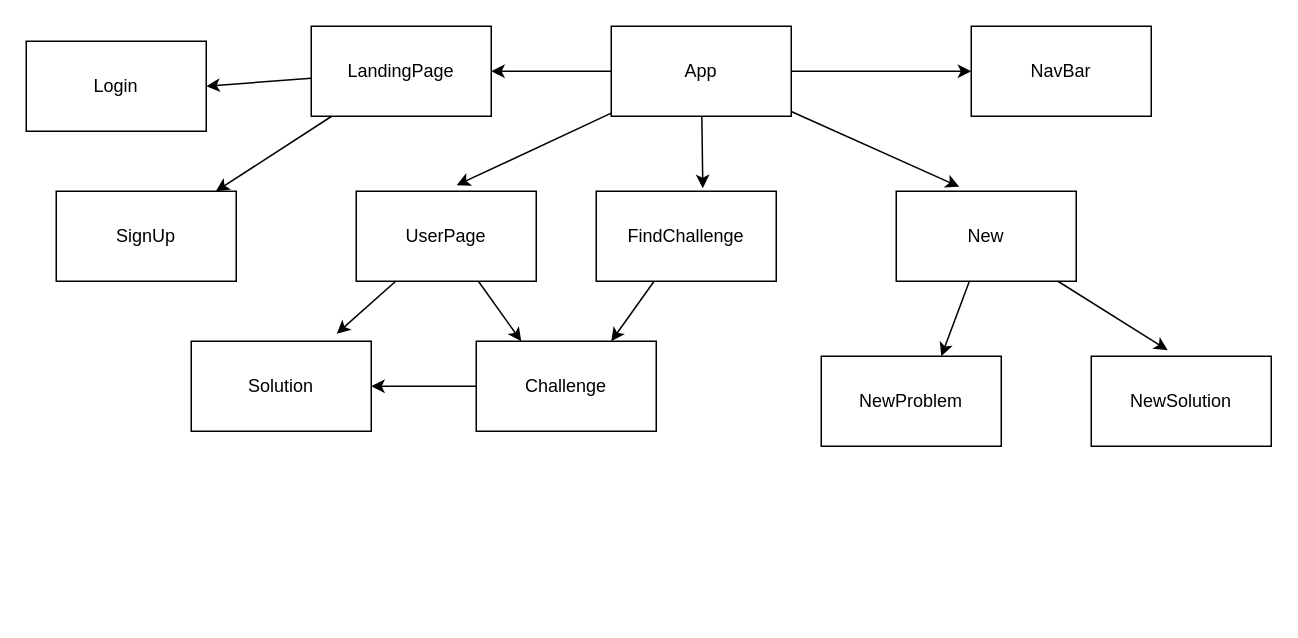
Before: client/wireframe.drawio in HagayHaut/algo-db, a draw.io diagram. Source tidied: cells renumbered, new cells numbered last; positions are measured from the earlier drawing's top-left corner, leaving out a move shared by most shapes. Both pictures are drawn from the tidied source at 150%, with x=0, y=0 at pixel (26, 26).
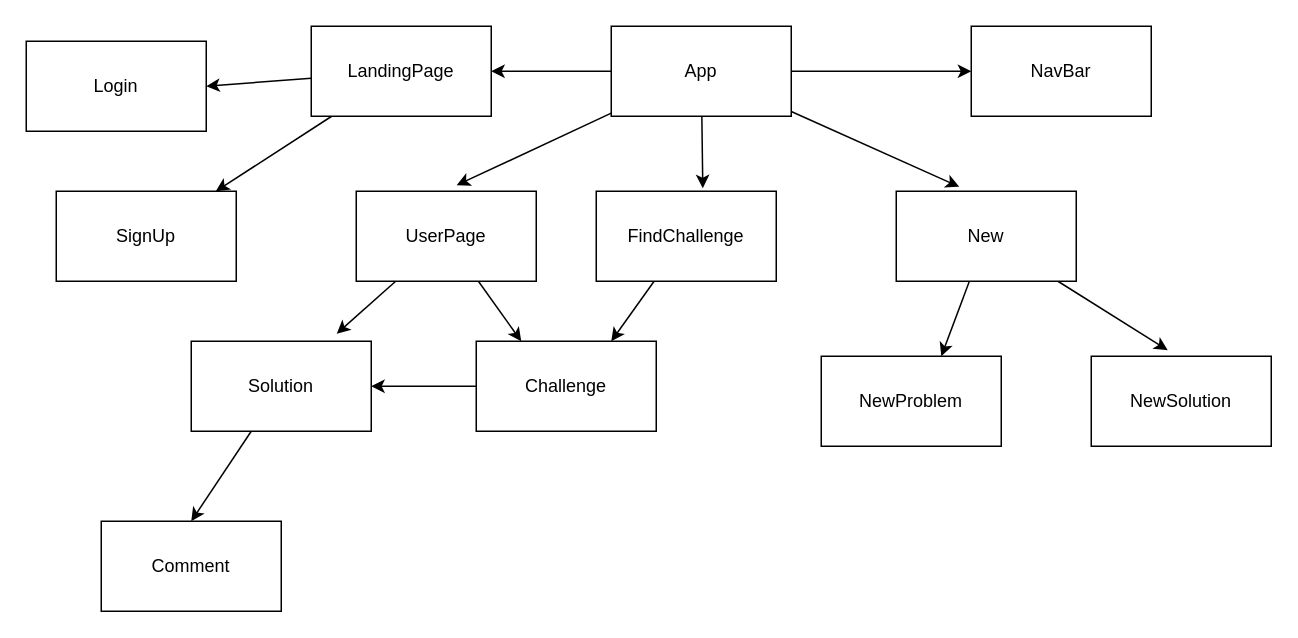
The same page after the edit.

Unchanged cells that the change refers to:
```xml
<mxCell id="26" value="Solution" style="whiteSpace=wrap;html=1;" parent="1" vertex="1">
  <mxGeometry x="110" y="210" width="120" height="60" as="geometry" />
</mxCell>
```

Change to the diagram source:
```diff
@@
+    <mxCell id="27" style="edgeStyle=none;html=1;entryX=0.5;entryY=0;entryDx=0;entryDy=0;" parent="1" edge="1" source="26" target="28">
+      <mxGeometry relative="1" as="geometry" />
+    </mxCell>
@@
+    <mxCell id="28" value="Comment" style="whiteSpace=wrap;html=1;" parent="1" vertex="1">
+      <mxGeometry x="50" y="330" width="120" height="60" as="geometry" />
+    </mxCell>
```
